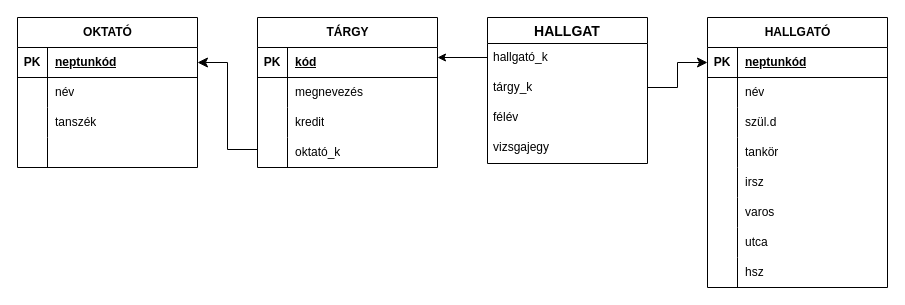
Before: EYZWG9_0319/eyzwg9_2b.drawio in oroszkristof/EYZWG9_DB1, a draw.io diagram. Source tidied: cells renumbered, new cells numbered last; positions are measured from the earlier drawing's top-left corner, leaving out a move shared by most shapes. Both pictures are drawn from the tidied source at 100%, with x=0, y=0 at pixel (17, 17).
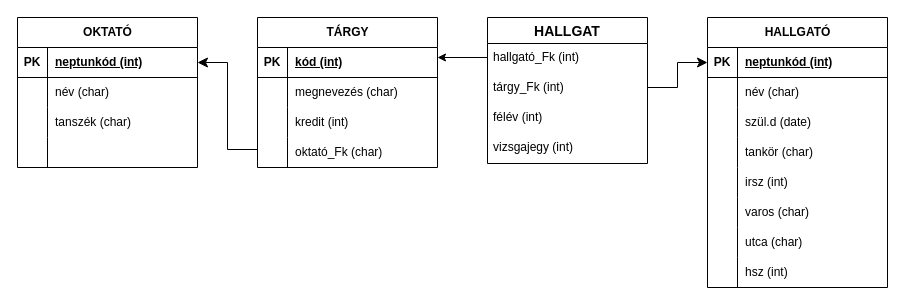
The same page after the edit.

Unchanged cells that the change refers to:
```xml
<mxCell id="3" style="shape=tableRow;horizontal=0;startSize=0;swimlaneHead=0;swimlaneBody=0;fillColor=none;points=[[0,0.5],[1,0.5]];portConstraint=eastwest;top=0;left=0;right=0;bottom=1;" parent="2" vertex="1">
  <mxGeometry y="30" width="180" height="30" as="geometry" />
</mxCell>
<mxCell id="6" style="shape=tableRow;horizontal=0;startSize=0;swimlaneHead=0;swimlaneBody=0;fillColor=none;top=0;left=0;right=0;bottom=0;" parent="2" vertex="1">
  <mxGeometry y="60" width="180" height="30" as="geometry" />
</mxCell>
<mxCell id="9" style="shape=tableRow;horizontal=0;startSize=0;swimlaneHead=0;swimlaneBody=0;fillColor=none;top=0;left=0;right=0;bottom=0;" parent="2" vertex="1">
  <mxGeometry y="90" width="180" height="30" as="geometry" />
</mxCell>
<mxCell id="16" style="shape=tableRow;horizontal=0;startSize=0;swimlaneHead=0;swimlaneBody=0;fillColor=none;top=0;left=0;right=0;bottom=1;" parent="15" vertex="1">
  <mxGeometry y="30" width="180" height="30" as="geometry" />
</mxCell>
<mxCell id="19" style="shape=tableRow;horizontal=0;startSize=0;swimlaneHead=0;swimlaneBody=0;fillColor=none;top=0;left=0;right=0;bottom=0;" parent="15" vertex="1">
  <mxGeometry y="60" width="180" height="30" as="geometry" />
</mxCell>
<mxCell id="22" style="shape=tableRow;horizontal=0;startSize=0;swimlaneHead=0;swimlaneBody=0;fillColor=none;top=0;left=0;right=0;bottom=0;" parent="15" vertex="1">
  <mxGeometry y="90" width="180" height="30" as="geometry" />
</mxCell>
<mxCell id="25" style="shape=tableRow;horizontal=0;startSize=0;swimlaneHead=0;swimlaneBody=0;fillColor=none;top=0;left=0;right=0;bottom=0;" parent="15" vertex="1">
  <mxGeometry y="120" width="180" height="30" as="geometry" />
</mxCell>
<mxCell id="29" style="shape=tableRow;horizontal=0;startSize=0;swimlaneHead=0;swimlaneBody=0;fillColor=none;points=[[0,0.5],[1,0.5]];portConstraint=eastwest;top=0;left=0;right=0;bottom=1;" parent="28" vertex="1">
  <mxGeometry y="30" width="180" height="30" as="geometry" />
</mxCell>
<mxCell id="32" style="shape=tableRow;horizontal=0;startSize=0;swimlaneHead=0;swimlaneBody=0;fillColor=none;top=0;left=0;right=0;bottom=0;" parent="28" vertex="1">
  <mxGeometry y="60" width="180" height="30" as="geometry" />
</mxCell>
<mxCell id="35" style="shape=tableRow;horizontal=0;startSize=0;swimlaneHead=0;swimlaneBody=0;fillColor=none;top=0;left=0;right=0;bottom=0;" parent="28" vertex="1">
  <mxGeometry y="90" width="180" height="30" as="geometry" />
</mxCell>
<mxCell id="38" style="shape=tableRow;horizontal=0;startSize=0;swimlaneHead=0;swimlaneBody=0;fillColor=none;top=0;left=0;right=0;bottom=0;" parent="28" vertex="1">
  <mxGeometry y="120" width="180" height="30" as="geometry" />
</mxCell>
<mxCell id="41" style="shape=tableRow;horizontal=0;startSize=0;swimlaneHead=0;swimlaneBody=0;fillColor=none;top=0;left=0;right=0;bottom=0;" parent="28" vertex="1">
  <mxGeometry y="150" width="180" height="30" as="geometry" />
</mxCell>
<mxCell id="44" style="shape=tableRow;horizontal=0;startSize=0;swimlaneHead=0;swimlaneBody=0;fillColor=none;top=0;left=0;right=0;bottom=0;" parent="28" vertex="1">
  <mxGeometry y="180" width="180" height="30" as="geometry" />
</mxCell>
<mxCell id="47" style="shape=tableRow;horizontal=0;startSize=0;swimlaneHead=0;swimlaneBody=0;fillColor=none;top=0;left=0;right=0;bottom=0;" parent="28" vertex="1">
  <mxGeometry y="210" width="180" height="30" as="geometry" />
</mxCell>
<mxCell id="50" style="shape=tableRow;horizontal=0;startSize=0;swimlaneHead=0;swimlaneBody=0;fillColor=none;top=0;left=0;right=0;bottom=0;" parent="28" vertex="1">
  <mxGeometry y="240" width="180" height="30" as="geometry" />
</mxCell>
<mxCell id="53" value="HALLGAT" style="swimlane;fontStyle=1;horizontal=1;startSize=26;align=center;fontSize=14;" parent="1" vertex="1">
  <mxGeometry x="470" width="160" height="146" as="geometry" />
</mxCell>
```

Change to the diagram source:
```diff
@@
-    <mxCell id="5" value="neptunkód" style="shape=partialRectangle;fillColor=none;top=0;left=0;bottom=0;right=0;align=left;spacingLeft=6;fontStyle=5;overflow=hidden;whiteSpace=wrap;html=1;" parent="3" vertex="1">
+    <mxCell id="5" value="neptunkód (int)" style="shape=partialRectangle;fillColor=none;top=0;left=0;bottom=0;right=0;align=left;spacingLeft=6;fontStyle=5;overflow=hidden;whiteSpace=wrap;html=1;" parent="3" vertex="1">
       <mxGeometry x="30" width="150" height="30" as="geometry" />
     </mxCell>
@@
-    <mxCell id="8" value="név" style="shape=partialRectangle;fillColor=none;top=0;left=0;bottom=0;right=0;align=left;spacingLeft=6;overflow=hidden;whiteSpace=wrap;html=1;" parent="6" vertex="1">
+    <mxCell id="8" value="név (char)" style="shape=partialRectangle;fillColor=none;top=0;left=0;bottom=0;right=0;align=left;spacingLeft=6;overflow=hidden;whiteSpace=wrap;html=1;" parent="6" vertex="1">
       <mxGeometry x="30" width="150" height="30" as="geometry" />
     </mxCell>
@@
-    <mxCell id="11" value="tanszék" style="shape=partialRectangle;fillColor=none;top=0;left=0;bottom=0;right=0;align=left;spacingLeft=6;overflow=hidden;whiteSpace=wrap;html=1;" parent="9" vertex="1">
+    <mxCell id="11" value="tanszék (char)" style="shape=partialRectangle;fillColor=none;top=0;left=0;bottom=0;right=0;align=left;spacingLeft=6;overflow=hidden;whiteSpace=wrap;html=1;" parent="9" vertex="1">
       <mxGeometry x="30" width="150" height="30" as="geometry" />
     </mxCell>
@@
-    <mxCell id="18" value="kód" style="shape=partialRectangle;fillColor=none;top=0;left=0;bottom=0;right=0;align=left;spacingLeft=6;fontStyle=5;overflow=hidden;whiteSpace=wrap;html=1;" parent="16" vertex="1">
+    <mxCell id="18" value="kód (int)" style="shape=partialRectangle;fillColor=none;top=0;left=0;bottom=0;right=0;align=left;spacingLeft=6;fontStyle=5;overflow=hidden;whiteSpace=wrap;html=1;" parent="16" vertex="1">
       <mxGeometry x="30" width="150" height="30" as="geometry" />
     </mxCell>
@@
-    <mxCell id="21" value="megnevezés" style="shape=partialRectangle;fillColor=none;top=0;left=0;bottom=0;right=0;align=left;spacingLeft=6;overflow=hidden;whiteSpace=wrap;html=1;" parent="19" vertex="1">
+    <mxCell id="21" value="megnevezés (char)" style="shape=partialRectangle;fillColor=none;top=0;left=0;bottom=0;right=0;align=left;spacingLeft=6;overflow=hidden;whiteSpace=wrap;html=1;" parent="19" vertex="1">
       <mxGeometry x="30" width="150" height="30" as="geometry" />
     </mxCell>
@@
-    <mxCell id="24" value="kredit" style="shape=partialRectangle;fillColor=none;top=0;left=0;bottom=0;right=0;align=left;spacingLeft=6;overflow=hidden;whiteSpace=wrap;html=1;" parent="22" vertex="1">
+    <mxCell id="24" value="kredit (int)" style="shape=partialRectangle;fillColor=none;top=0;left=0;bottom=0;right=0;align=left;spacingLeft=6;overflow=hidden;whiteSpace=wrap;html=1;" parent="22" vertex="1">
       <mxGeometry x="30" width="150" height="30" as="geometry" />
     </mxCell>
@@
-    <mxCell id="27" value="oktató_k" style="shape=partialRectangle;fillColor=none;top=0;left=0;bottom=0;right=0;align=left;spacingLeft=6;overflow=hidden;whiteSpace=wrap;html=1;" parent="25" vertex="1">
+    <mxCell id="27" value="oktató_Fk (char)" style="shape=partialRectangle;fillColor=none;top=0;left=0;bottom=0;right=0;align=left;spacingLeft=6;overflow=hidden;whiteSpace=wrap;html=1;" parent="25" vertex="1">
       <mxGeometry x="30" width="150" height="30" as="geometry" />
     </mxCell>
@@
-    <mxCell id="31" value="neptunkód" style="shape=partialRectangle;fillColor=none;top=0;left=0;bottom=0;right=0;align=left;spacingLeft=6;fontStyle=5;overflow=hidden;whiteSpace=wrap;html=1;" parent="29" vertex="1">
+    <mxCell id="31" value="neptunkód (int)" style="shape=partialRectangle;fillColor=none;top=0;left=0;bottom=0;right=0;align=left;spacingLeft=6;fontStyle=5;overflow=hidden;whiteSpace=wrap;html=1;" parent="29" vertex="1">
       <mxGeometry x="30" width="150" height="30" as="geometry" />
     </mxCell>
@@
-    <mxCell id="34" value="név" style="shape=partialRectangle;fillColor=none;top=0;left=0;bottom=0;right=0;align=left;spacingLeft=6;overflow=hidden;whiteSpace=wrap;html=1;" parent="32" vertex="1">
+    <mxCell id="34" value="név (char)" style="shape=partialRectangle;fillColor=none;top=0;left=0;bottom=0;right=0;align=left;spacingLeft=6;overflow=hidden;whiteSpace=wrap;html=1;" parent="32" vertex="1">
       <mxGeometry x="30" width="150" height="30" as="geometry" />
     </mxCell>
@@
-    <mxCell id="37" value="szül.d" style="shape=partialRectangle;fillColor=none;top=0;left=0;bottom=0;right=0;align=left;spacingLeft=6;overflow=hidden;whiteSpace=wrap;html=1;" parent="35" vertex="1">
+    <mxCell id="37" value="szül.d (date)" style="shape=partialRectangle;fillColor=none;top=0;left=0;bottom=0;right=0;align=left;spacingLeft=6;overflow=hidden;whiteSpace=wrap;html=1;" parent="35" vertex="1">
       <mxGeometry x="30" width="150" height="30" as="geometry" />
     </mxCell>
@@
-    <mxCell id="40" value="tankör" style="shape=partialRectangle;fillColor=none;top=0;left=0;bottom=0;right=0;align=left;spacingLeft=6;overflow=hidden;whiteSpace=wrap;html=1;" parent="38" vertex="1">
+    <mxCell id="40" value="tankör (char)" style="shape=partialRectangle;fillColor=none;top=0;left=0;bottom=0;right=0;align=left;spacingLeft=6;overflow=hidden;whiteSpace=wrap;html=1;" parent="38" vertex="1">
       <mxGeometry x="30" width="150" height="30" as="geometry" />
     </mxCell>
@@
-    <mxCell id="43" value="irsz" style="shape=partialRectangle;fillColor=none;top=0;left=0;bottom=0;right=0;align=left;spacingLeft=6;overflow=hidden;whiteSpace=wrap;html=1;" parent="41" vertex="1">
+    <mxCell id="43" value="irsz (int)" style="shape=partialRectangle;fillColor=none;top=0;left=0;bottom=0;right=0;align=left;spacingLeft=6;overflow=hidden;whiteSpace=wrap;html=1;" parent="41" vertex="1">
       <mxGeometry x="30" width="150" height="30" as="geometry" />
     </mxCell>
@@
-    <mxCell id="46" value="varos" style="shape=partialRectangle;fillColor=none;top=0;left=0;bottom=0;right=0;align=left;spacingLeft=6;overflow=hidden;whiteSpace=wrap;html=1;" parent="44" vertex="1">
+    <mxCell id="46" value="varos (char)" style="shape=partialRectangle;fillColor=none;top=0;left=0;bottom=0;right=0;align=left;spacingLeft=6;overflow=hidden;whiteSpace=wrap;html=1;" parent="44" vertex="1">
       <mxGeometry x="30" width="150" height="30" as="geometry" />
     </mxCell>
@@
-    <mxCell id="49" value="utca" style="shape=partialRectangle;fillColor=none;top=0;left=0;bottom=0;right=0;align=left;spacingLeft=6;overflow=hidden;whiteSpace=wrap;html=1;" parent="47" vertex="1">
+    <mxCell id="49" value="utca (char)" style="shape=partialRectangle;fillColor=none;top=0;left=0;bottom=0;right=0;align=left;spacingLeft=6;overflow=hidden;whiteSpace=wrap;html=1;" parent="47" vertex="1">
       <mxGeometry x="30" width="150" height="30" as="geometry" />
     </mxCell>
@@
-    <mxCell id="52" value="hsz" style="shape=partialRectangle;fillColor=none;top=0;left=0;bottom=0;right=0;align=left;spacingLeft=6;overflow=hidden;whiteSpace=wrap;html=1;" parent="50" vertex="1">
+    <mxCell id="52" value="hsz (int)" style="shape=partialRectangle;fillColor=none;top=0;left=0;bottom=0;right=0;align=left;spacingLeft=6;overflow=hidden;whiteSpace=wrap;html=1;" parent="50" vertex="1">
       <mxGeometry x="30" width="150" height="30" as="geometry" />
     </mxCell>
@@
-    <mxCell id="55" value="hallgató_k" style="text;strokeColor=none;fillColor=none;spacingLeft=4;spacingRight=4;overflow=hidden;fontSize=12;whiteSpace=wrap;html=1;" parent="53" vertex="1">
+    <mxCell id="55" value="hallgató_Fk (int)" style="text;strokeColor=none;fillColor=none;spacingLeft=4;spacingRight=4;overflow=hidden;fontSize=12;whiteSpace=wrap;html=1;" parent="53" vertex="1">
       <mxGeometry y="26" width="160" height="30" as="geometry" />
     </mxCell>
-    <mxCell id="56" value="tárgy_k" style="text;strokeColor=none;fillColor=none;spacingLeft=4;spacingRight=4;overflow=hidden;fontSize=12;whiteSpace=wrap;html=1;" parent="53" vertex="1">
+    <mxCell id="56" value="tárgy_Fk (int)" style="text;strokeColor=none;fillColor=none;spacingLeft=4;spacingRight=4;overflow=hidden;fontSize=12;whiteSpace=wrap;html=1;" parent="53" vertex="1">
       <mxGeometry y="56" width="160" height="30" as="geometry" />
     </mxCell>
-    <mxCell id="57" value="félév" style="text;strokeColor=none;fillColor=none;spacingLeft=4;spacingRight=4;overflow=hidden;fontSize=12;whiteSpace=wrap;html=1;" parent="53" vertex="1">
+    <mxCell id="57" value="félév (int)" style="text;strokeColor=none;fillColor=none;spacingLeft=4;spacingRight=4;overflow=hidden;fontSize=12;whiteSpace=wrap;html=1;" parent="53" vertex="1">
       <mxGeometry y="86" width="160" height="30" as="geometry" />
     </mxCell>
-    <mxCell id="58" value="vizsgajegy" style="text;strokeColor=none;fillColor=none;spacingLeft=4;spacingRight=4;overflow=hidden;fontSize=12;whiteSpace=wrap;html=1;" parent="53" vertex="1">
+    <mxCell id="58" value="vizsgajegy (int)" style="text;strokeColor=none;fillColor=none;spacingLeft=4;spacingRight=4;overflow=hidden;fontSize=12;whiteSpace=wrap;html=1;" parent="53" vertex="1">
       <mxGeometry y="116" width="160" height="30" as="geometry" />
     </mxCell>
```
